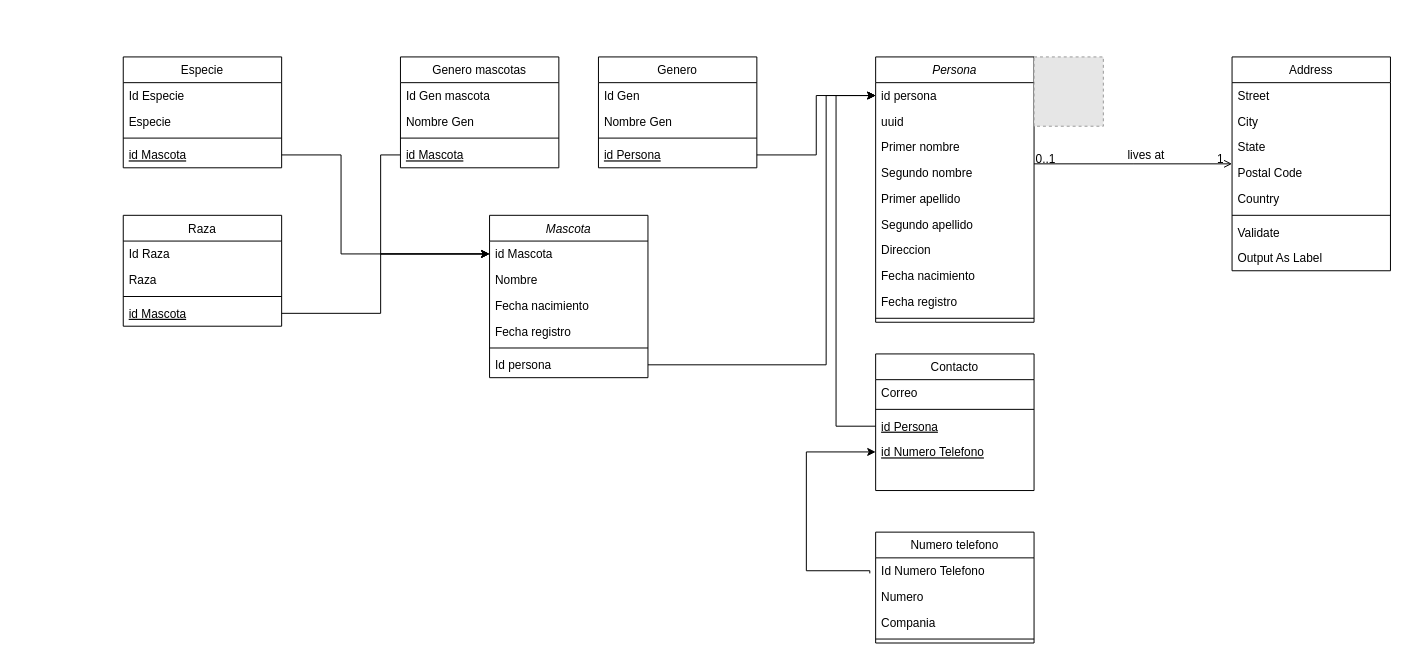
Ledacar/ApiHealthVet keeps this draw.io diagram as BD diagrams/Diagrama de clase BD.drawio. Above is the earlier version. Source tidied: cells renumbered, new cells numbered last; positions are measured from the earlier drawing's top-left corner, leaving out a move shared by most shapes. Both pictures are drawn from the tidied source at 99%, with x=0, y=0 at pixel (123, 56). Pictures stored in the file or linked from it are replaced by grey dashed boxes.
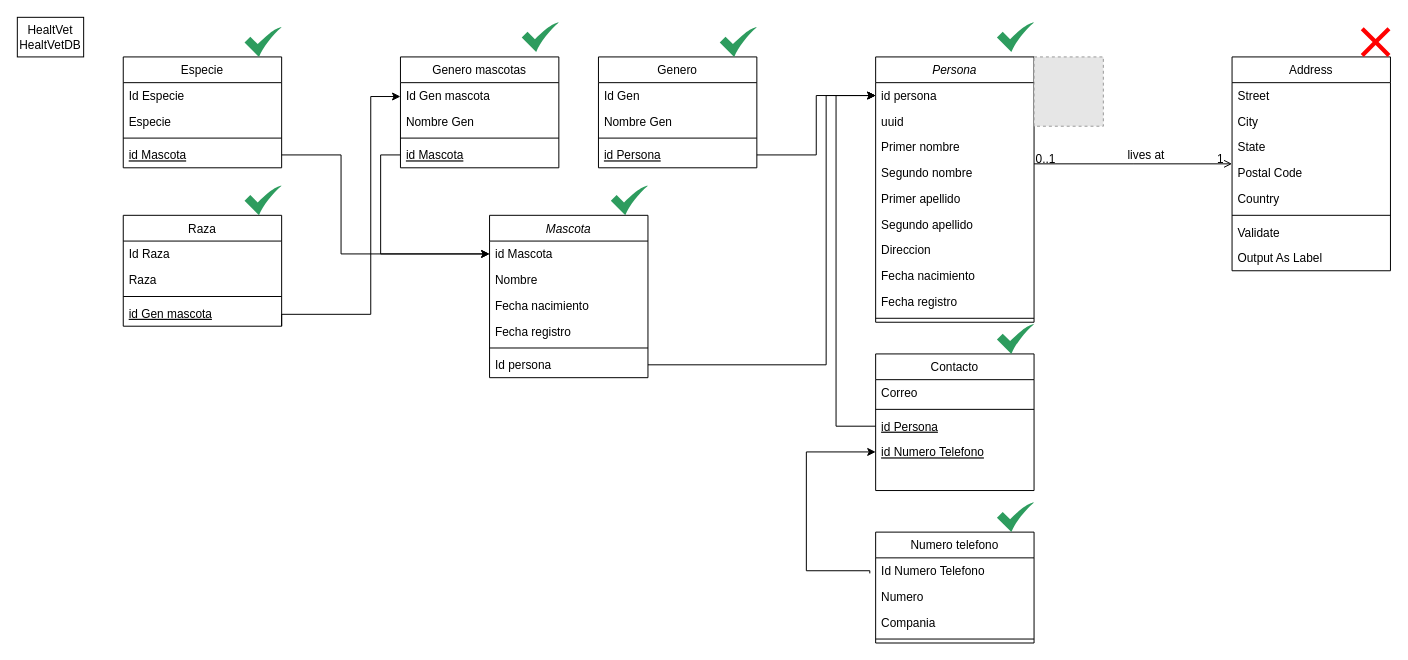
Above is the later version.

The change refers to these unchanged cells:
```xml
<mxCell id="46" value="id Mascota" style="text;align=left;verticalAlign=top;spacingLeft=4;spacingRight=4;overflow=hidden;points=[[0,0.5],[1,0.5]];portConstraint=eastwest;" parent="45" vertex="1">
  <mxGeometry y="26" width="160" height="26" as="geometry" />
</mxCell>
<mxCell id="56" value="id Mascota" style="text;align=left;verticalAlign=top;spacingLeft=4;spacingRight=4;overflow=hidden;points=[[0,0.5],[1,0.5]];portConstraint=eastwest;fontStyle=4;" parent="52" vertex="1">
  <mxGeometry y="86" width="160" height="26" as="geometry" />
</mxCell>
<mxCell id="64" value="Raza" style="swimlane;fontStyle=0;align=center;verticalAlign=top;horizontal=1;startSize=26;rounded=0;shadow=0;strokeWidth=1;" parent="1" vertex="1">
  <mxGeometry y="160" width="160" height="112" as="geometry" />
</mxCell>
```

Change to the diagram source:
```diff
@@
-    <mxCell id="58" style="edgeStyle=orthogonalEdgeStyle;rounded=0;jettySize=auto;html=1;exitX=0;exitY=0.5;exitDx=0;exitDy=0;entryX=0;entryY=0.5;entryDx=0;entryDy=0;" parent="1" edge="1" source="56" target="46">
-      <mxGeometry relative="1" as="geometry" />
-    </mxCell>
@@
-    <mxCell id="68" value="id Mascota" style="text;align=left;verticalAlign=top;spacingLeft=4;spacingRight=4;overflow=hidden;points=[[0,0.5],[1,0.5]];portConstraint=eastwest;fontStyle=4;" parent="64" vertex="1">
+    <mxCell id="68" value="id Gen mascota" style="text;align=left;verticalAlign=top;spacingLeft=4;spacingRight=4;overflow=hidden;points=[[0,0.5],[1,0.5]];portConstraint=eastwest;fontStyle=4;" parent="64" vertex="1">
       <mxGeometry y="86" width="160" height="26" as="geometry" />
     </mxCell>
@@
-    <mxCell id="70" style="edgeStyle=orthogonalEdgeStyle;rounded=0;jettySize=auto;html=1;exitX=1;exitY=0.5;exitDx=0;exitDy=0;entryX=0;entryY=0.5;entryDx=0;entryDy=0;" parent="1" edge="1" source="68" target="46">
-      <mxGeometry relative="1" as="geometry">
-        <Array as="points">
-          <mxPoint x="260" y="259" />
-          <mxPoint x="260" y="199" />
-        </Array>
-      </mxGeometry>
-    </mxCell>
+    <mxCell id="71" value="HealtVet&lt;br&gt;HealtVetDB" style="rounded=0;whiteSpace=wrap;html=1;" parent="1" vertex="1">
+      <mxGeometry x="-107" y="-40" width="67" height="40" as="geometry" />
+    </mxCell>
+    <mxCell id="72" style="edgeStyle=orthogonalEdgeStyle;rounded=0;jettySize=auto;html=1;exitX=1;exitY=1;exitDx=0;exitDy=0;" parent="1" edge="1" source="64">
+      <mxGeometry relative="1" as="geometry">
+        <mxPoint x="280" y="40" as="targetPoint" />
+        <Array as="points">
+          <mxPoint x="160" y="260" />
+          <mxPoint x="250" y="260" />
+          <mxPoint x="250" y="40" />
+        </Array>
+      </mxGeometry>
+    </mxCell>
+    <mxCell id="73" style="sketch=0;html=1;strokeColor=none;shadow=0;align=center;fillColor=#2D9C5E;verticalAlign=top;labelPosition=center;verticalLabelPosition=bottom;shape=mxgraph.gcp2.check;" parent="1" vertex="1">
+      <mxGeometry x="882.5" y="-35" width="37.5" height="30" as="geometry" />
+    </mxCell>
+    <mxCell id="74" style="sketch=0;html=1;strokeColor=none;shadow=0;align=center;fillColor=#2D9C5E;verticalAlign=top;labelPosition=center;verticalLabelPosition=bottom;shape=mxgraph.gcp2.check;" parent="1" vertex="1">
+      <mxGeometry x="882.5" y="270" width="37.5" height="30" as="geometry" />
+    </mxCell>
+    <mxCell id="75" style="sketch=0;html=1;strokeColor=none;shadow=0;align=center;fillColor=#2D9C5E;verticalAlign=top;labelPosition=center;verticalLabelPosition=bottom;shape=mxgraph.gcp2.check;" parent="1" vertex="1">
+      <mxGeometry x="882.5" y="450" width="37.5" height="30" as="geometry" />
+    </mxCell>
+    <mxCell id="76" style="sketch=0;html=1;strokeColor=none;shadow=0;align=center;fillColor=#2D9C5E;verticalAlign=top;labelPosition=center;verticalLabelPosition=bottom;shape=mxgraph.gcp2.check;" parent="1" vertex="1">
+      <mxGeometry x="602.5" y="-30" width="37.5" height="30" as="geometry" />
+    </mxCell>
+    <mxCell id="77" style="shape=mxgraph.mockup.markup.redX;fillColor=#ff0000;html=1;shadow=0;whiteSpace=wrap;strokeColor=none;" parent="1" vertex="1">
+      <mxGeometry x="1250" y="-30" width="30" height="30" as="geometry" />
+    </mxCell>
+    <mxCell id="78" style="sketch=0;html=1;strokeColor=none;shadow=0;align=center;fillColor=#2D9C5E;verticalAlign=top;labelPosition=center;verticalLabelPosition=bottom;shape=mxgraph.gcp2.check;" parent="1" vertex="1">
+      <mxGeometry x="492.5" y="130" width="37.5" height="30" as="geometry" />
+    </mxCell>
+    <mxCell id="58" style="edgeStyle=orthogonalEdgeStyle;rounded=0;jettySize=auto;html=1;exitX=0;exitY=0.5;exitDx=0;exitDy=0;entryX=0;entryY=0.5;entryDx=0;entryDy=0;" parent="1" edge="1" source="56" target="46">
+      <mxGeometry relative="1" as="geometry" />
+    </mxCell>
+    <mxCell id="79" style="sketch=0;html=1;strokeColor=none;shadow=0;align=center;fillColor=#2D9C5E;verticalAlign=top;labelPosition=center;verticalLabelPosition=bottom;shape=mxgraph.gcp2.check;" parent="1" vertex="1">
+      <mxGeometry x="122.5" y="-30" width="37.5" height="30" as="geometry" />
+    </mxCell>
+    <mxCell id="80" style="sketch=0;html=1;strokeColor=none;shadow=0;align=center;fillColor=#2D9C5E;verticalAlign=top;labelPosition=center;verticalLabelPosition=bottom;shape=mxgraph.gcp2.check;" parent="1" vertex="1">
+      <mxGeometry x="402.5" y="-35" width="37.5" height="30" as="geometry" />
+    </mxCell>
+    <mxCell id="81" style="sketch=0;html=1;strokeColor=none;shadow=0;align=center;fillColor=#2D9C5E;verticalAlign=top;labelPosition=center;verticalLabelPosition=bottom;shape=mxgraph.gcp2.check;" parent="1" vertex="1">
+      <mxGeometry x="122.5" y="130" width="37.5" height="30" as="geometry" />
+    </mxCell>
```
